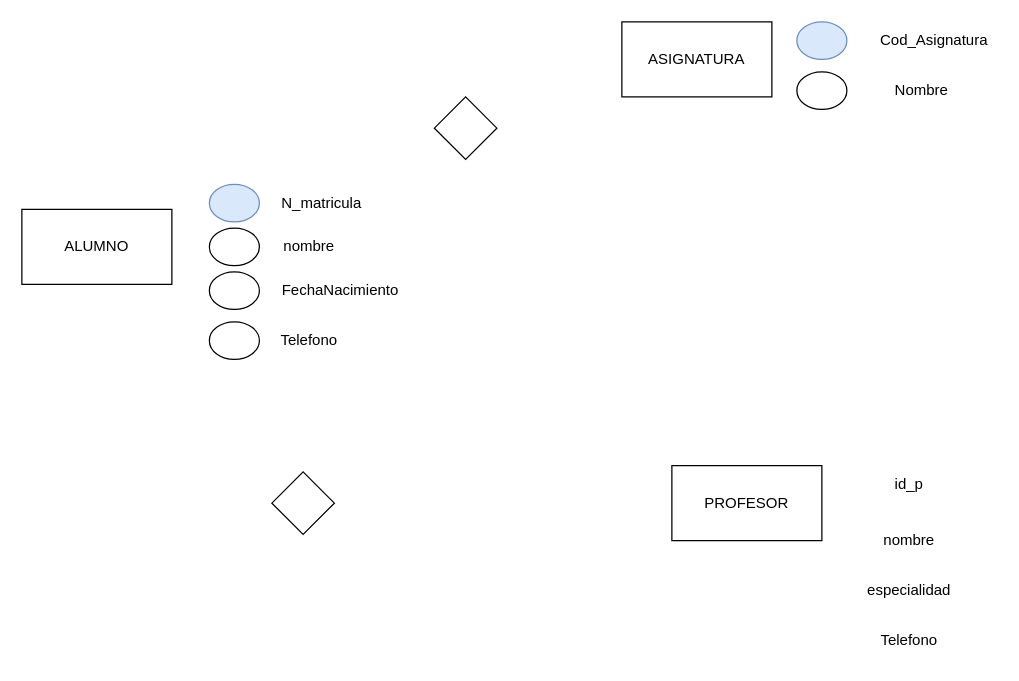
Earlier version of the draw.io diagram Diagrama sin título.drawio (Baut1574/HyperBlog). Source tidied: cells renumbered, new cells numbered last; positions are measured from the earlier drawing's top-left corner, leaving out a move shared by most shapes. Both pictures are drawn from the tidied source at 125%, with x=0, y=0 at pixel (21, 21).
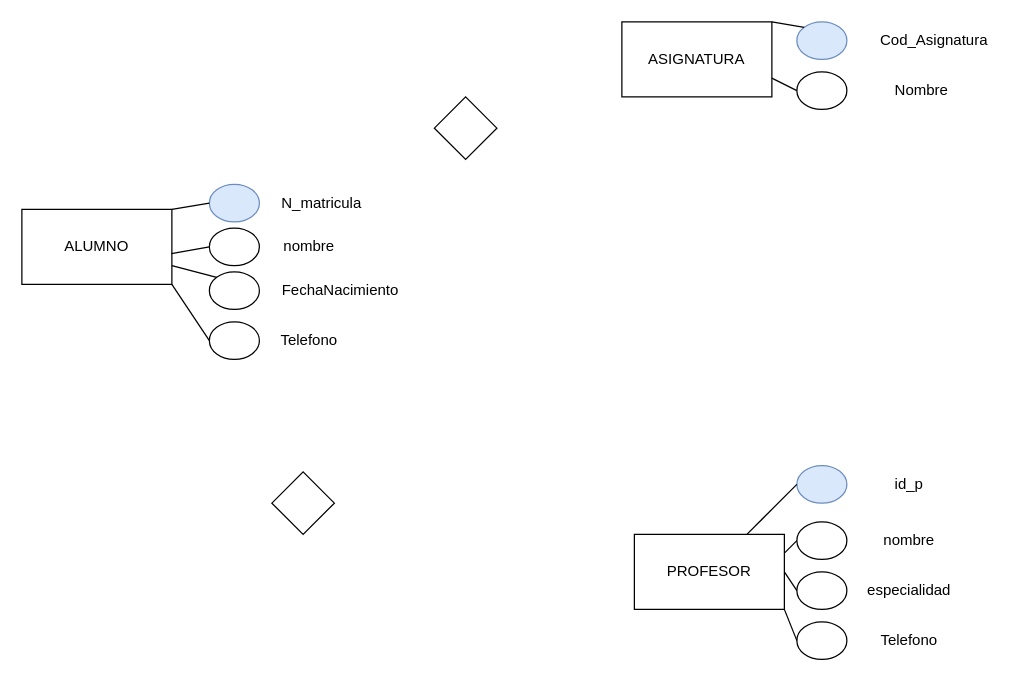
The same page after the edit.

Unchanged cells that the change refers to:
```xml
<mxCell id="2" value="ASIGNATURA" style="rounded=0;whiteSpace=wrap;html=1;" parent="1" vertex="1">
  <mxGeometry x="480" width="120" height="60" as="geometry" />
</mxCell>
<mxCell id="3" value="ALUMNO" style="rounded=0;whiteSpace=wrap;html=1;" parent="1" vertex="1">
  <mxGeometry y="150" width="120" height="60" as="geometry" />
</mxCell>
<mxCell id="7" style="ellipse;whiteSpace=wrap;html=1;fillColor=#dae8fc;strokeColor=#6c8ebf;" parent="1" vertex="1">
  <mxGeometry x="150" y="130" width="40" height="30" as="geometry" />
</mxCell>
<mxCell id="8" style="ellipse;whiteSpace=wrap;html=1;fillStyle=solid;" parent="1" vertex="1">
  <mxGeometry x="150" y="165" width="40" height="30" as="geometry" />
</mxCell>
<mxCell id="9" style="ellipse;whiteSpace=wrap;html=1;" parent="1" vertex="1">
  <mxGeometry x="150" y="200" width="40" height="30" as="geometry" />
</mxCell>
<mxCell id="10" style="ellipse;whiteSpace=wrap;html=1;" parent="1" vertex="1">
  <mxGeometry x="150" y="240" width="40" height="30" as="geometry" />
</mxCell>
<mxCell id="15" style="ellipse;whiteSpace=wrap;html=1;fillColor=#dae8fc;strokeColor=#6c8ebf;" parent="1" vertex="1">
  <mxGeometry x="620" width="40" height="30" as="geometry" />
</mxCell>
<mxCell id="16" style="ellipse;whiteSpace=wrap;html=1;" parent="1" vertex="1">
  <mxGeometry x="620" y="40" width="40" height="30" as="geometry" />
</mxCell>
```

What changed in the source:
```diff
@@
     <mxCell id="4" value="PROFESOR&lt;br&gt;" style="rounded=0;whiteSpace=wrap;html=1;" parent="1" vertex="1">
-      <mxGeometry x="520" y="355" width="120" height="60" as="geometry" />
+      <mxGeometry x="490" y="410" width="120" height="60" as="geometry" />
     </mxCell>
@@
+    <mxCell id="23" style="ellipse;whiteSpace=wrap;html=1;fillColor=#dae8fc;strokeColor=#6c8ebf;" parent="1" vertex="1">
+      <mxGeometry x="620" y="355" width="40" height="30" as="geometry" />
+    </mxCell>
+    <mxCell id="24" style="ellipse;whiteSpace=wrap;html=1;" parent="1" vertex="1">
+      <mxGeometry x="620" y="400" width="40" height="30" as="geometry" />
+    </mxCell>
+    <mxCell id="25" style="ellipse;whiteSpace=wrap;html=1;" parent="1" vertex="1">
+      <mxGeometry x="620" y="440" width="40" height="30" as="geometry" />
+    </mxCell>
+    <mxCell id="26" style="ellipse;whiteSpace=wrap;html=1;" parent="1" vertex="1">
+      <mxGeometry x="620" y="480" width="40" height="30" as="geometry" />
+    </mxCell>
+    <mxCell id="27" style="endArrow=none;html=1;rounded=0;exitX=0.75;exitY=0;exitDx=0;exitDy=0;entryX=0;entryY=0.5;entryDx=0;entryDy=0;" parent="1" edge="1" source="4" target="23">
+      <mxGeometry relative="1" as="geometry" />
+    </mxCell>
+    <mxCell id="28" style="endArrow=none;html=1;rounded=0;entryX=0;entryY=0.5;entryDx=0;entryDy=0;exitX=1;exitY=0.25;exitDx=0;exitDy=0;" parent="1" edge="1" source="4" target="24">
+      <mxGeometry relative="1" as="geometry" />
+    </mxCell>
+    <mxCell id="29" style="endArrow=none;html=1;rounded=0;exitX=1;exitY=0.5;exitDx=0;exitDy=0;entryX=0;entryY=0.5;entryDx=0;entryDy=0;" parent="1" edge="1" source="4" target="25">
+      <mxGeometry relative="1" as="geometry" />
+    </mxCell>
+    <mxCell id="30" style="endArrow=none;html=1;rounded=0;exitX=1;exitY=1;exitDx=0;exitDy=0;entryX=0;entryY=0.5;entryDx=0;entryDy=0;" parent="1" edge="1" source="4" target="26">
+      <mxGeometry relative="1" as="geometry" />
+    </mxCell>
+    <mxCell id="31" style="endArrow=none;html=1;rounded=0;exitX=1;exitY=0;exitDx=0;exitDy=0;entryX=0;entryY=0;entryDx=0;entryDy=0;" parent="1" edge="1" source="2" target="15">
+      <mxGeometry relative="1" as="geometry" />
+    </mxCell>
+    <mxCell id="32" style="endArrow=none;html=1;rounded=0;entryX=0;entryY=0.5;entryDx=0;entryDy=0;exitX=1;exitY=0.75;exitDx=0;exitDy=0;" parent="1" edge="1" source="2" target="16">
+      <mxGeometry relative="1" as="geometry" />
+    </mxCell>
+    <mxCell id="33" style="endArrow=none;html=1;rounded=0;entryX=0;entryY=0.5;entryDx=0;entryDy=0;exitX=0.997;exitY=0.589;exitDx=0;exitDy=0;exitPerimeter=0;" parent="1" edge="1" source="3" target="8">
+      <mxGeometry relative="1" as="geometry" />
+    </mxCell>
+    <mxCell id="34" style="endArrow=none;html=1;rounded=0;entryX=0;entryY=0.5;entryDx=0;entryDy=0;exitX=1;exitY=0;exitDx=0;exitDy=0;" parent="1" edge="1" source="3" target="7">
+      <mxGeometry relative="1" as="geometry" />
+    </mxCell>
+    <mxCell id="35" style="endArrow=none;html=1;rounded=0;entryX=0;entryY=0;entryDx=0;entryDy=0;exitX=0.997;exitY=0.589;exitDx=0;exitDy=0;exitPerimeter=0;" parent="1" edge="1" target="9">
+      <mxGeometry relative="1" as="geometry">
+        <mxPoint x="120" y="195" as="sourcePoint" />
+      </mxGeometry>
+    </mxCell>
+    <mxCell id="36" style="endArrow=none;html=1;rounded=0;entryX=0;entryY=0.5;entryDx=0;entryDy=0;exitX=1;exitY=1;exitDx=0;exitDy=0;" parent="1" edge="1" source="3" target="10">
+      <mxGeometry relative="1" as="geometry" />
+    </mxCell>
```
